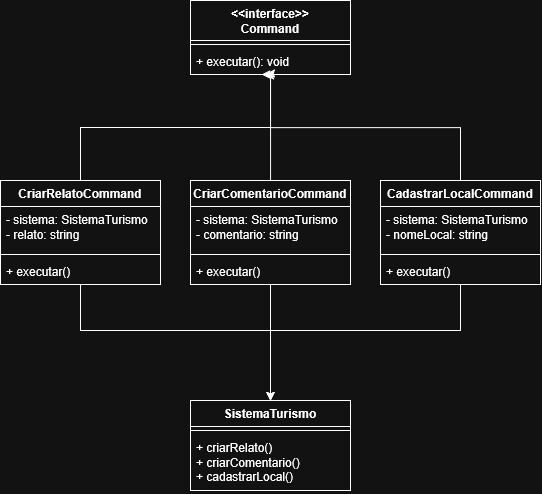
The draw.io diagram docs/PadroesDeProjeto/3_GoFsComportamentais/imagensCommand/Command-DiagramaJoaoVictor.png in UnBArqDsw2026-1-Turma02/2026.01-T02_G5_EuAmoPiri_Entrega_03, before a commit. Source tidied: cells renumbered, new cells last; positions are measured from the earlier drawing's top-left corner, leaving out a move shared by most shapes. Source of this version:
```xml
<mxGraphModel>
  <root>
    <mxCell id="0" />
    <mxCell id="1" parent="0" />
    <mxCell id="2" value="&lt;div&gt;&amp;lt;&amp;lt;interface&amp;gt;&amp;gt;&lt;/div&gt;&lt;div&gt;Command&lt;/div&gt;" style="swimlane;fontStyle=1;align=center;verticalAlign=top;horizontal=1;startSize=40;whiteSpace=wrap;html=1;" parent="1" vertex="1">
      <mxGeometry x="190" width="160" height="74" as="geometry" />
    </mxCell>
    <mxCell id="3" style="line;strokeWidth=1;fillColor=none;align=left;verticalAlign=middle;spacingTop=-1;spacingLeft=3;spacingRight=3;labelPosition=right;strokeColor=inherit;" parent="2" vertex="1">
      <mxGeometry y="40" width="160" height="8" as="geometry" />
    </mxCell>
    <mxCell id="4" value="+ executar(): void" style="text;strokeColor=none;fillColor=none;align=left;verticalAlign=top;spacingLeft=4;spacingRight=4;overflow=hidden;points=[[0,0.5],[1,0.5]];portConstraint=eastwest;whiteSpace=wrap;html=1;" parent="2" vertex="1">
      <mxGeometry y="48" width="160" height="26" as="geometry" />
    </mxCell>
    <mxCell id="5" style="edgeStyle=orthogonalEdgeStyle;rounded=0;jettySize=auto;html=1;entryX=0.5;entryY=0;entryDx=0;entryDy=0;" parent="1" edge="1" source="6" target="20">
      <mxGeometry relative="1" as="geometry">
        <Array as="points">
          <mxPoint x="460" y="330" />
          <mxPoint x="270" y="330" />
        </Array>
      </mxGeometry>
    </mxCell>
    <mxCell id="6" value="CadastrarLocalCommand" style="swimlane;fontStyle=1;align=center;verticalAlign=top;horizontal=1;startSize=26;whiteSpace=wrap;html=1;" parent="1" vertex="1">
      <mxGeometry x="380" y="180" width="160" height="104" as="geometry" />
    </mxCell>
    <mxCell id="7" value="&lt;div&gt;- sistema: SistemaTurismo&lt;/div&gt;&lt;div&gt;- nomeLocal: string&lt;/div&gt;" style="text;strokeColor=none;fillColor=none;align=left;verticalAlign=top;spacingLeft=4;spacingRight=4;overflow=hidden;whiteSpace=wrap;html=1;" parent="6" vertex="1">
      <mxGeometry y="26" width="160" height="44" as="geometry" />
    </mxCell>
    <mxCell id="8" style="line;strokeWidth=1;fillColor=none;align=left;verticalAlign=middle;spacingTop=-1;spacingLeft=3;spacingRight=3;labelPosition=right;strokeColor=inherit;" parent="6" vertex="1">
      <mxGeometry y="70" width="160" height="8" as="geometry" />
    </mxCell>
    <mxCell id="9" value="+ executar()" style="text;strokeColor=none;fillColor=none;align=left;verticalAlign=top;spacingLeft=4;spacingRight=4;overflow=hidden;whiteSpace=wrap;html=1;" parent="6" vertex="1">
      <mxGeometry y="78" width="160" height="26" as="geometry" />
    </mxCell>
    <mxCell id="10" style="edgeStyle=orthogonalEdgeStyle;rounded=0;jettySize=auto;html=1;entryX=0.5;entryY=0;entryDx=0;entryDy=0;" parent="1" edge="1" source="11" target="20">
      <mxGeometry relative="1" as="geometry" />
    </mxCell>
    <mxCell id="11" value="CriarComentarioCommand" style="swimlane;fontStyle=1;align=center;verticalAlign=top;horizontal=1;startSize=26;whiteSpace=wrap;html=1;" parent="1" vertex="1">
      <mxGeometry x="190" y="180" width="160" height="104" as="geometry" />
    </mxCell>
    <mxCell id="12" value="&lt;div&gt;- sistema: SistemaTurismo&lt;/div&gt;&lt;div&gt;- comentario: string&lt;/div&gt;" style="text;strokeColor=none;fillColor=none;align=left;verticalAlign=top;spacingLeft=4;spacingRight=4;overflow=hidden;whiteSpace=wrap;html=1;" parent="11" vertex="1">
      <mxGeometry y="26" width="160" height="44" as="geometry" />
    </mxCell>
    <mxCell id="13" style="line;strokeWidth=1;fillColor=none;align=left;verticalAlign=middle;spacingTop=-1;spacingLeft=3;spacingRight=3;labelPosition=right;strokeColor=inherit;" parent="11" vertex="1">
      <mxGeometry y="70" width="160" height="8" as="geometry" />
    </mxCell>
    <mxCell id="14" value="+ executar()" style="text;strokeColor=none;fillColor=none;align=left;verticalAlign=top;spacingLeft=4;spacingRight=4;overflow=hidden;whiteSpace=wrap;html=1;" parent="11" vertex="1">
      <mxGeometry y="78" width="160" height="26" as="geometry" />
    </mxCell>
    <mxCell id="15" style="edgeStyle=orthogonalEdgeStyle;rounded=0;jettySize=auto;html=1;entryX=0.5;entryY=0;entryDx=0;entryDy=0;" parent="1" edge="1" source="16" target="20">
      <mxGeometry relative="1" as="geometry">
        <Array as="points">
          <mxPoint x="80" y="330" />
          <mxPoint x="270" y="330" />
        </Array>
      </mxGeometry>
    </mxCell>
    <mxCell id="16" value="CriarRelatoCommand" style="swimlane;fontStyle=1;align=center;verticalAlign=top;horizontal=1;startSize=26;whiteSpace=wrap;html=1;" parent="1" vertex="1">
      <mxGeometry y="180" width="160" height="104" as="geometry" />
    </mxCell>
    <mxCell id="17" value="&lt;div&gt;- sistema: SistemaTurismo&lt;/div&gt;&lt;div&gt;- relato: string&lt;/div&gt;" style="text;strokeColor=none;fillColor=none;align=left;verticalAlign=top;spacingLeft=4;spacingRight=4;overflow=hidden;whiteSpace=wrap;html=1;" parent="16" vertex="1">
      <mxGeometry y="26" width="160" height="44" as="geometry" />
    </mxCell>
    <mxCell id="18" style="line;strokeWidth=1;fillColor=none;align=left;verticalAlign=middle;spacingTop=-1;spacingLeft=3;spacingRight=3;labelPosition=right;strokeColor=inherit;" parent="16" vertex="1">
      <mxGeometry y="70" width="160" height="8" as="geometry" />
    </mxCell>
    <mxCell id="19" value="+ executar()" style="text;strokeColor=none;fillColor=none;align=left;verticalAlign=top;spacingLeft=4;spacingRight=4;overflow=hidden;whiteSpace=wrap;html=1;" parent="16" vertex="1">
      <mxGeometry y="78" width="160" height="26" as="geometry" />
    </mxCell>
    <mxCell id="20" value="SistemaTurismo" style="swimlane;fontStyle=1;align=center;verticalAlign=top;horizontal=1;startSize=26;whiteSpace=wrap;html=1;" parent="1" vertex="1">
      <mxGeometry x="190" y="400" width="160" height="90" as="geometry" />
    </mxCell>
    <mxCell id="21" style="line;strokeWidth=1;fillColor=none;align=left;verticalAlign=middle;spacingTop=-1;spacingLeft=3;spacingRight=3;labelPosition=right;strokeColor=inherit;" parent="20" vertex="1">
      <mxGeometry y="26" width="160" height="8" as="geometry" />
    </mxCell>
    <mxCell id="22" value="&lt;div&gt;+ criarRelato()&lt;/div&gt;&lt;div&gt;+ criarComentario()&lt;/div&gt;&lt;div&gt;+ cadastrarLocal()&lt;/div&gt;" style="text;strokeColor=none;fillColor=none;align=left;verticalAlign=top;spacingLeft=4;spacingRight=4;overflow=hidden;whiteSpace=wrap;html=1;" parent="20" vertex="1">
      <mxGeometry y="34" width="160" height="56" as="geometry" />
    </mxCell>
    <mxCell id="23" style="edgeStyle=orthogonalEdgeStyle;rounded=0;jettySize=auto;html=1;entryX=0.475;entryY=0.962;entryDx=0;entryDy=0;entryPerimeter=0;" parent="1" edge="1" source="6" target="4">
      <mxGeometry relative="1" as="geometry">
        <Array as="points">
          <mxPoint x="460" y="127" />
          <mxPoint x="270" y="127" />
          <mxPoint x="270" y="73" />
        </Array>
      </mxGeometry>
    </mxCell>
    <mxCell id="24" style="edgeStyle=orthogonalEdgeStyle;rounded=0;jettySize=auto;html=1;entryX=0.444;entryY=1;entryDx=0;entryDy=0;entryPerimeter=0;" parent="1" edge="1" source="11" target="4">
      <mxGeometry relative="1" as="geometry">
        <Array as="points">
          <mxPoint x="270" y="74" />
        </Array>
      </mxGeometry>
    </mxCell>
    <mxCell id="25" style="edgeStyle=orthogonalEdgeStyle;rounded=0;jettySize=auto;html=1;entryX=0.469;entryY=1.038;entryDx=0;entryDy=0;entryPerimeter=0;" parent="1" edge="1" source="16" target="4">
      <mxGeometry relative="1" as="geometry">
        <Array as="points">
          <mxPoint x="80" y="127" />
          <mxPoint x="270" y="127" />
          <mxPoint x="270" y="75" />
        </Array>
      </mxGeometry>
    </mxCell>
  </root>
</mxGraphModel>
```
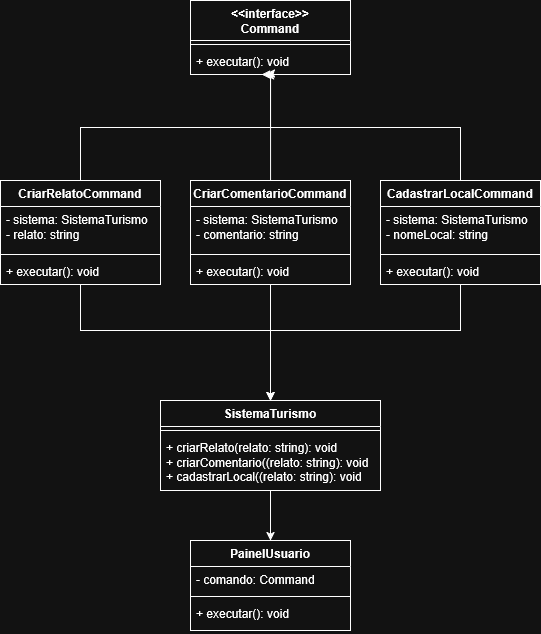
Above is the later version.

Change to the diagram source:
```diff
@@ -28,7 +28,7 @@
     <mxCell id="8" style="line;strokeWidth=1;fillColor=none;align=left;verticalAlign=middle;spacingTop=-1;spacingLeft=3;spacingRight=3;labelPosition=right;strokeColor=inherit;" parent="6" vertex="1">
       <mxGeometry y="70" width="160" height="8" as="geometry" />
     </mxCell>
-    <mxCell id="9" value="+ executar()" style="text;strokeColor=none;fillColor=none;align=left;verticalAlign=top;spacingLeft=4;spacingRight=4;overflow=hidden;whiteSpace=wrap;html=1;" parent="6" vertex="1">
+    <mxCell id="9" value="+ executar(): void" style="text;strokeColor=none;fillColor=none;align=left;verticalAlign=top;spacingLeft=4;spacingRight=4;overflow=hidden;whiteSpace=wrap;html=1;" parent="6" vertex="1">
       <mxGeometry y="78" width="160" height="26" as="geometry" />
     </mxCell>
     <mxCell id="10" style="edgeStyle=orthogonalEdgeStyle;rounded=0;jettySize=auto;html=1;entryX=0.5;entryY=0;entryDx=0;entryDy=0;" parent="1" edge="1" source="11" target="20">
@@ -43,7 +43,7 @@
     <mxCell id="13" style="line;strokeWidth=1;fillColor=none;align=left;verticalAlign=middle;spacingTop=-1;spacingLeft=3;spacingRight=3;labelPosition=right;strokeColor=inherit;" parent="11" vertex="1">
       <mxGeometry y="70" width="160" height="8" as="geometry" />
     </mxCell>
-    <mxCell id="14" value="+ executar()" style="text;strokeColor=none;fillColor=none;align=left;verticalAlign=top;spacingLeft=4;spacingRight=4;overflow=hidden;whiteSpace=wrap;html=1;" parent="11" vertex="1">
+    <mxCell id="14" value="+ executar(): void" style="text;strokeColor=none;fillColor=none;align=left;verticalAlign=top;spacingLeft=4;spacingRight=4;overflow=hidden;whiteSpace=wrap;html=1;" parent="11" vertex="1">
       <mxGeometry y="78" width="160" height="26" as="geometry" />
     </mxCell>
     <mxCell id="15" style="edgeStyle=orthogonalEdgeStyle;rounded=0;jettySize=auto;html=1;entryX=0.5;entryY=0;entryDx=0;entryDy=0;" parent="1" edge="1" source="16" target="20">
@@ -63,17 +63,20 @@
     <mxCell id="18" style="line;strokeWidth=1;fillColor=none;align=left;verticalAlign=middle;spacingTop=-1;spacingLeft=3;spacingRight=3;labelPosition=right;strokeColor=inherit;" parent="16" vertex="1">
       <mxGeometry y="70" width="160" height="8" as="geometry" />
     </mxCell>
-    <mxCell id="19" value="+ executar()" style="text;strokeColor=none;fillColor=none;align=left;verticalAlign=top;spacingLeft=4;spacingRight=4;overflow=hidden;whiteSpace=wrap;html=1;" parent="16" vertex="1">
+    <mxCell id="19" value="+ executar(): void" style="text;strokeColor=none;fillColor=none;align=left;verticalAlign=top;spacingLeft=4;spacingRight=4;overflow=hidden;whiteSpace=wrap;html=1;" parent="16" vertex="1">
       <mxGeometry y="78" width="160" height="26" as="geometry" />
     </mxCell>
+    <mxCell id="26" style="edgeStyle=orthogonalEdgeStyle;rounded=0;jettySize=auto;html=1;entryX=0.5;entryY=0;entryDx=0;entryDy=0;" parent="1" edge="1" source="20" target="27">
+      <mxGeometry relative="1" as="geometry" />
+    </mxCell>
     <mxCell id="20" value="SistemaTurismo" style="swimlane;fontStyle=1;align=center;verticalAlign=top;horizontal=1;startSize=26;whiteSpace=wrap;html=1;" parent="1" vertex="1">
-      <mxGeometry x="190" y="400" width="160" height="90" as="geometry" />
+      <mxGeometry x="160" y="400" width="220" height="90" as="geometry" />
     </mxCell>
     <mxCell id="21" style="line;strokeWidth=1;fillColor=none;align=left;verticalAlign=middle;spacingTop=-1;spacingLeft=3;spacingRight=3;labelPosition=right;strokeColor=inherit;" parent="20" vertex="1">
-      <mxGeometry y="26" width="160" height="8" as="geometry" />
+      <mxGeometry y="26" width="220" height="8" as="geometry" />
     </mxCell>
-    <mxCell id="22" value="&lt;div&gt;+ criarRelato()&lt;/div&gt;&lt;div&gt;+ criarComentario()&lt;/div&gt;&lt;div&gt;+ cadastrarLocal()&lt;/div&gt;" style="text;strokeColor=none;fillColor=none;align=left;verticalAlign=top;spacingLeft=4;spacingRight=4;overflow=hidden;whiteSpace=wrap;html=1;" parent="20" vertex="1">
-      <mxGeometry y="34" width="160" height="56" as="geometry" />
+    <mxCell id="22" value="&lt;div&gt;+ criarRelato(relato: string): void&lt;/div&gt;&lt;div&gt;+ criarComentario((relato: string): void&lt;/div&gt;&lt;div&gt;+ cadastrarLocal((relato: string): void&lt;/div&gt;" style="text;strokeColor=none;fillColor=none;align=left;verticalAlign=top;spacingLeft=4;spacingRight=4;overflow=hidden;whiteSpace=wrap;html=1;" parent="20" vertex="1">
+      <mxGeometry y="34" width="220" height="56" as="geometry" />
     </mxCell>
     <mxCell id="23" style="edgeStyle=orthogonalEdgeStyle;rounded=0;jettySize=auto;html=1;entryX=0.475;entryY=0.962;entryDx=0;entryDy=0;entryPerimeter=0;" parent="1" edge="1" source="6" target="4">
       <mxGeometry relative="1" as="geometry">
@@ -100,5 +103,17 @@
         </Array>
       </mxGeometry>
     </mxCell>
+    <mxCell id="27" value="PainelUsuario" style="swimlane;fontStyle=1;align=center;verticalAlign=top;horizontal=1;startSize=26;whiteSpace=wrap;html=1;" parent="1" vertex="1">
+      <mxGeometry x="190" y="540" width="160" height="90" as="geometry" />
+    </mxCell>
+    <mxCell id="28" value="- comando: Command" style="text;strokeColor=none;fillColor=none;align=left;verticalAlign=top;spacingLeft=4;spacingRight=4;overflow=hidden;whiteSpace=wrap;html=1;" parent="27" vertex="1">
+      <mxGeometry y="26" width="160" height="26" as="geometry" />
+    </mxCell>
+    <mxCell id="29" style="line;strokeWidth=1;fillColor=none;align=left;verticalAlign=middle;spacingTop=-1;spacingLeft=3;spacingRight=3;labelPosition=right;strokeColor=inherit;" parent="27" vertex="1">
+      <mxGeometry y="52" width="160" height="8" as="geometry" />
+    </mxCell>
+    <mxCell id="30" value="&lt;div&gt;+ executar(): void&lt;/div&gt;" style="text;strokeColor=none;fillColor=none;align=left;verticalAlign=top;spacingLeft=4;spacingRight=4;overflow=hidden;whiteSpace=wrap;html=1;" parent="27" vertex="1">
+      <mxGeometry y="60" width="160" height="30" as="geometry" />
+    </mxCell>
   </root>
 </mxGraphModel>
```
